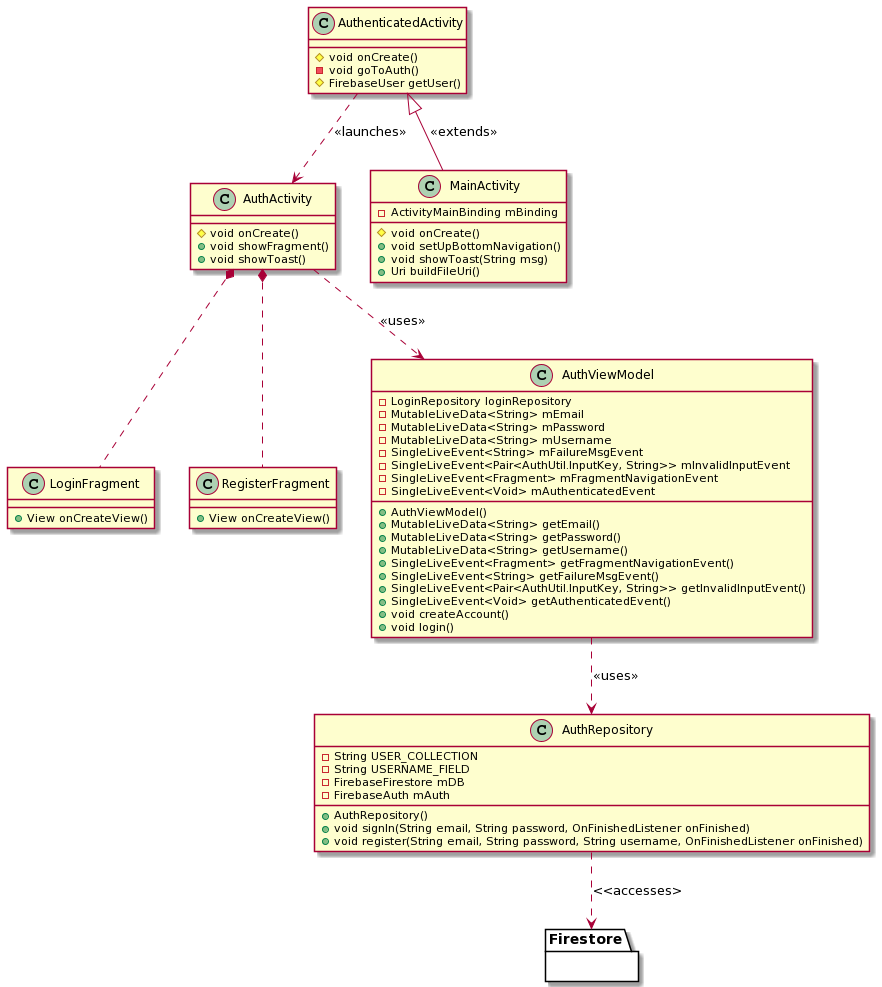
Before: doc/UML/Auth.png, a diagram exported from PlantUML (CMPUT301F20T24/Unlibrary). Its diagram source:
```plantuml
@startuml
class AuthActivity {
#void onCreate()
+void showFragment()
+void showToast()
}

class LoginFragment {
+View onCreateView()
}

class RegisterFragment {
+View onCreateView()
}

class MainActivity {
-ActivityMainBinding mBinding
#void onCreate()
+void setUpBottomNavigation()
+void showToast(String msg)
+Uri buildFileUri()
}

class AuthenticatedActivity {
#void onCreate()
-void goToAuth()
#FirebaseUser getUser()
}

AuthenticatedActivity <|-- MainActivity: <<extends>>
AuthenticatedActivity ..> AuthActivity: <<launches>>
AuthActivity *.. LoginFragment
AuthActivity *.. RegisterFragment

class AuthViewModel {
-LoginRepository loginRepository
-MutableLiveData<String> mEmail
-MutableLiveData<String> mPassword
-MutableLiveData<String> mUsername
-SingleLiveEvent<String> mFailureMsgEvent
-SingleLiveEvent<Pair<AuthUtil.InputKey, String>> mInvalidInputEvent
-SingleLiveEvent<Fragment> mFragmentNavigationEvent
-SingleLiveEvent<Void> mAuthenticatedEvent

+AuthViewModel()
+MutableLiveData<String> getEmail()
+MutableLiveData<String> getPassword()
+MutableLiveData<String> getUsername()
+SingleLiveEvent<Fragment> getFragmentNavigationEvent()
+SingleLiveEvent<String> getFailureMsgEvent()
+SingleLiveEvent<Pair<AuthUtil.InputKey, String>> getInvalidInputEvent()
+SingleLiveEvent<Void> getAuthenticatedEvent()
+void createAccount()
+void login()
}

class AuthRepository {
-String USER_COLLECTION
-String USERNAME_FIELD
-FirebaseFirestore mDB
-FirebaseAuth mAuth

+AuthRepository()
+void signIn(String email, String password, OnFinishedListener onFinished)
+void register(String email, String password, String username, OnFinishedListener onFinished)
}

package Firestore {}

AuthRepository ..> Firestore: <<accesses>
AuthViewModel ..> AuthRepository: <<uses>>
AuthActivity ..> AuthViewModel: <<uses>>
@enduml
```
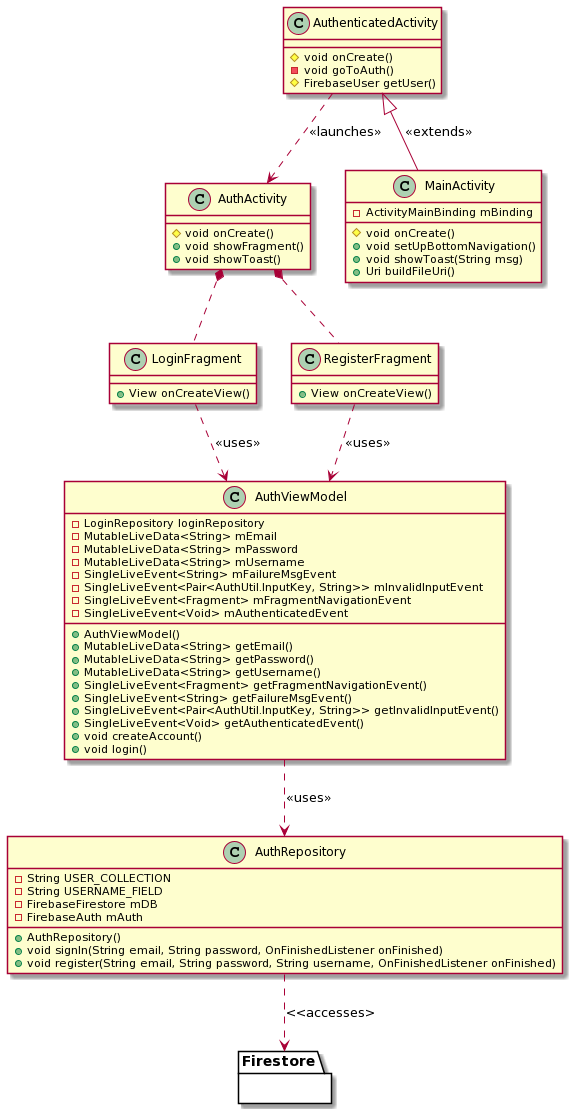
Later version of the same file.

Diff of the diagram source:
```diff
@@ -69,5 +69,6 @@
 
 AuthRepository ..> Firestore: <<accesses>
 AuthViewModel ..> AuthRepository: <<uses>>
-AuthActivity ..> AuthViewModel: <<uses>>
+LoginFragment ..> AuthViewModel: <<uses>>
+RegisterFragment  ..> AuthViewModel: <<uses>>
 @enduml
```
